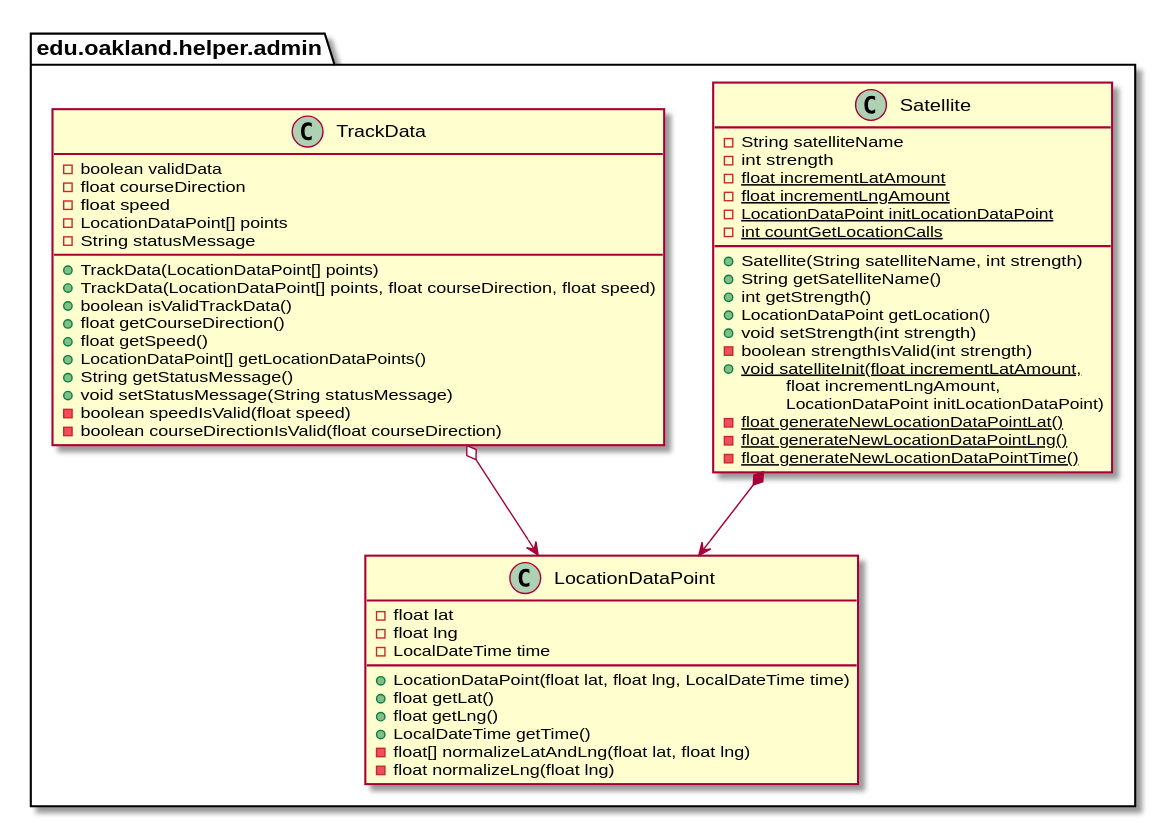
Earlier version of the PlantUML export docs/uml-class-diagrams/admin/helper/AdminHelperPackage_Closure.svg (casher-ou/csi-3370-software-project). Source of this version:
```plantuml
@startuml AdminHelperPackage_Closure

package edu.oakland.helper.admin {

}



package edu.oakland.helper.admin {
    class LocationDataPoint {
        - float lat
        - float lng
        - LocalDateTime time
        + LocationDataPoint(float lat, float lng, LocalDateTime time)
        + float getLat()
        + float getLng()
        + LocalDateTime getTime()
        - float[] normalizeLatAndLng(float lat, float lng)
        - float normalizeLng(float lng)
    }
}








package edu.oakland.helper.admin {
    class Satellite {
        - String satelliteName
        - int strength
        {static} - float incrementLatAmount
        {static} - float incrementLngAmount
        {static} - LocationDataPoint initLocationDataPoint
        {static} - int countGetLocationCalls
        __
        + Satellite(String satelliteName, int strength)
        + String getSatelliteName()
        + int getStrength()
        + LocationDataPoint getLocation()
        + void setStrength(int strength)
        - boolean strengthIsValid(int strength)
        {static} + void satelliteInit(float incrementLatAmount,
        \tfloat incrementLngAmount,
        \tLocationDataPoint initLocationDataPoint)
        {static} - float generateNewLocationDataPointLat()
        {static} - float generateNewLocationDataPointLng()
        {static} - float generateNewLocationDataPointTime()
    }
}


Satellite *--> LocationDataPoint







package edu.oakland.helper.admin {
    class TrackData {
        - boolean validData
        - float courseDirection
        - float speed
        - LocationDataPoint[] points
        - String statusMessage
        + TrackData(LocationDataPoint[] points)
        + TrackData(LocationDataPoint[] points, float courseDirection, float speed)
        + boolean isValidTrackData()
        + float getCourseDirection()
        + float getSpeed()
        + LocationDataPoint[] getLocationDataPoints()
        + String getStatusMessage()
        + void setStatusMessage(String statusMessage)
        - boolean speedIsValid(float speed)
        - boolean courseDirectionIsValid(float courseDirection)
    }
}


TrackData o--> LocationDataPoint






@enduml
```
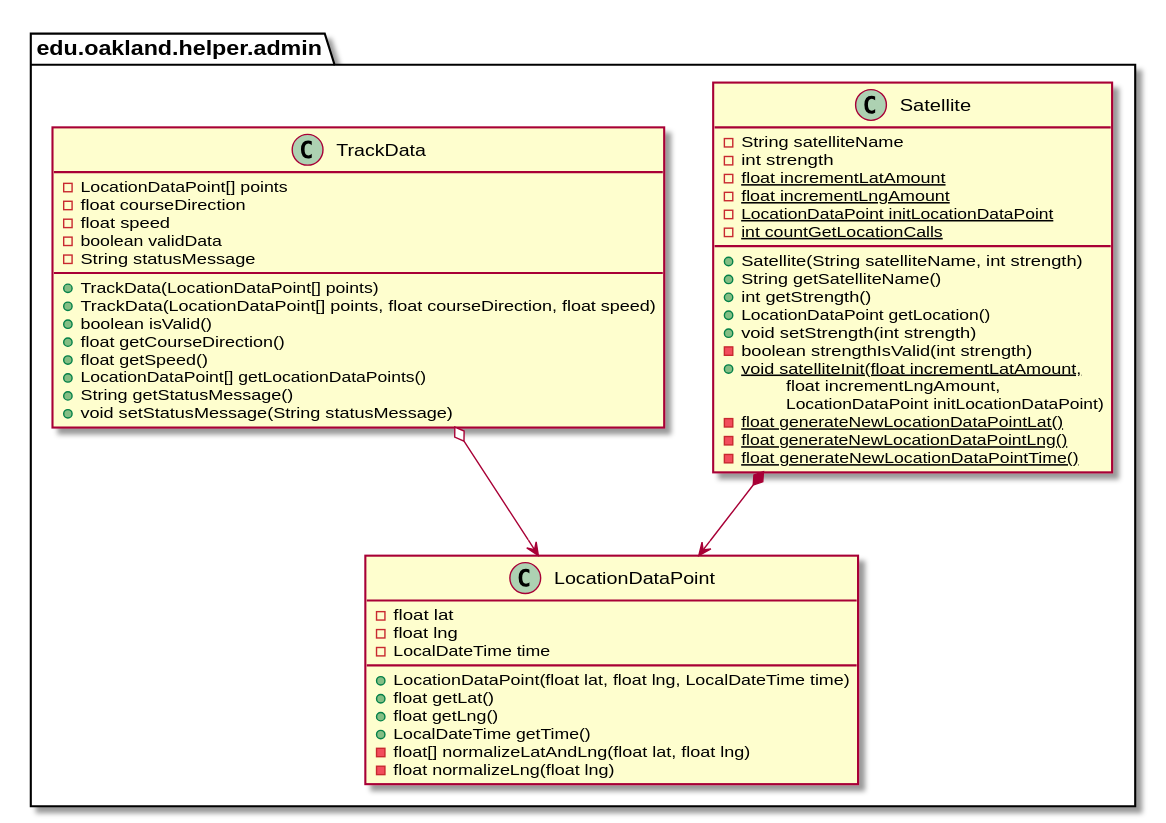
Above is the later version.

The edit, as a diff of the source:
```diff
@@ -62,21 +62,19 @@
 
 package edu.oakland.helper.admin {
     class TrackData {
-        - boolean validData
+        - LocationDataPoint[] points
         - float courseDirection
         - float speed
-        - LocationDataPoint[] points
+        - boolean validData
         - String statusMessage
         + TrackData(LocationDataPoint[] points)
         + TrackData(LocationDataPoint[] points, float courseDirection, float speed)
-        + boolean isValidTrackData()
+        + boolean isValid()
         + float getCourseDirection()
         + float getSpeed()
         + LocationDataPoint[] getLocationDataPoints()
         + String getStatusMessage()
         + void setStatusMessage(String statusMessage)
-        - boolean speedIsValid(float speed)
-        - boolean courseDirectionIsValid(float courseDirection)
     }
 }
 
```
